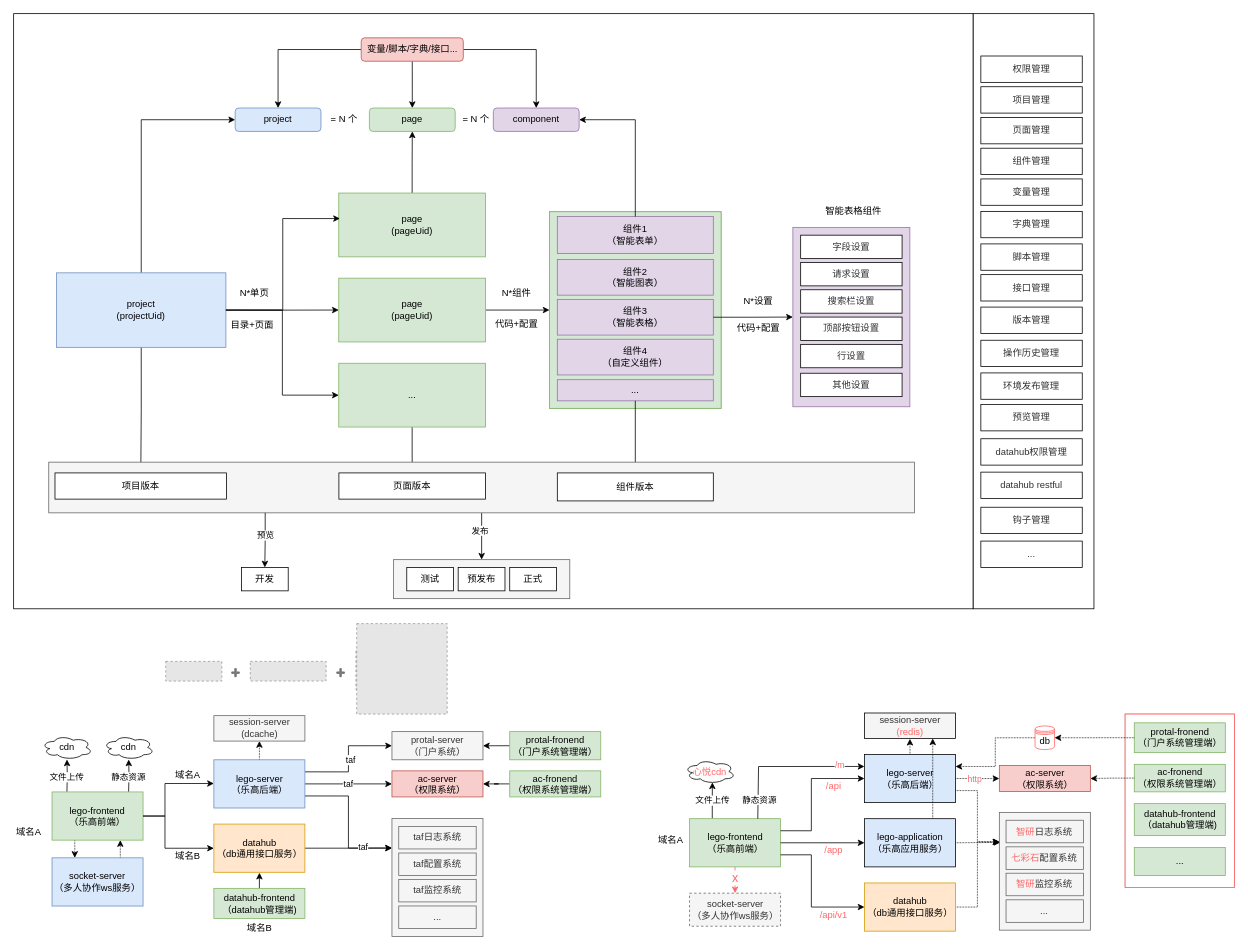
This is lego.drawio from axtrur/resource, a draw.io file, before an edit. Source tidied: cells renumbered, new cells numbered last; positions are measured from the earlier drawing's top-left corner, leaving out a move shared by most shapes. Both pictures are drawn from the tidied source at 78%, with x=0, y=0 at pixel (13, 13). Pictures stored in the file or linked from it are replaced by grey dashed boxes.
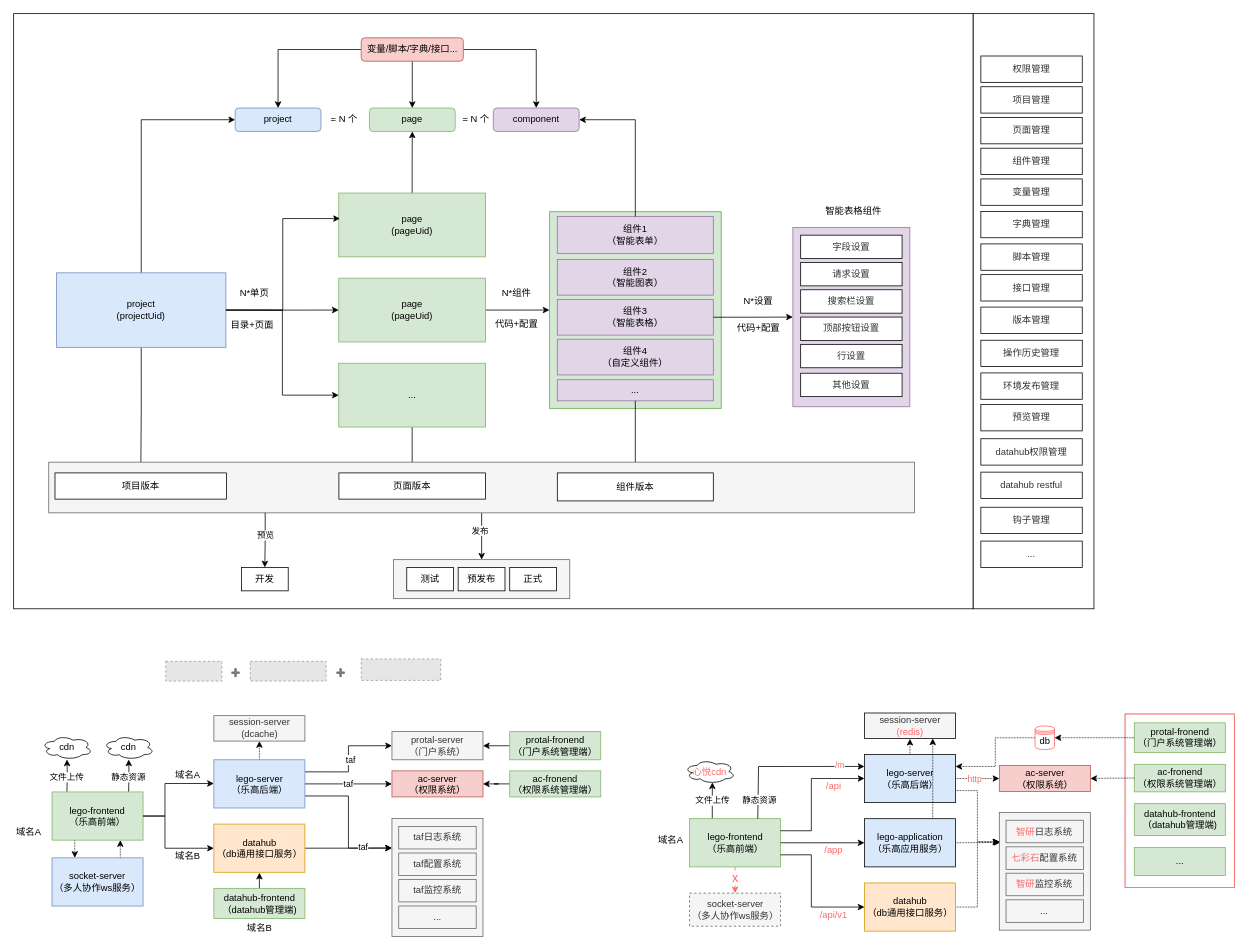
After the change.

What changed in the source:
```diff
@@
-    <mxCell id="167" style="fillColor=#E6E6E6;strokeColor=#999999;dashed=1;verticalLabelPosition=bottom;labelBackgroundColor=#ffffff;verticalAlign=top;" parent="1" vertex="1">
-      <mxGeometry x="438.8" y="817.2" width="99" height="49.5" as="geometry" />
-    </mxCell>
-    <mxCell id="168" style="fillColor=#E6E6E6;strokeColor=#999999;dashed=1;verticalLabelPosition=bottom;labelBackgroundColor=#ffffff;verticalAlign=top;" parent="1" vertex="1">
-      <mxGeometry x="439.8" y="782" width="116" height="116" as="geometry" />
-    </mxCell>
+    <mxCell id="169" style="fillColor=#E6E6E6;strokeColor=#999999;dashed=1;verticalLabelPosition=bottom;labelBackgroundColor=#ffffff;verticalAlign=top;" parent="1" vertex="1">
+      <mxGeometry x="445.6" y="827.3" width="102" height="27.5" as="geometry" />
+    </mxCell>
```
